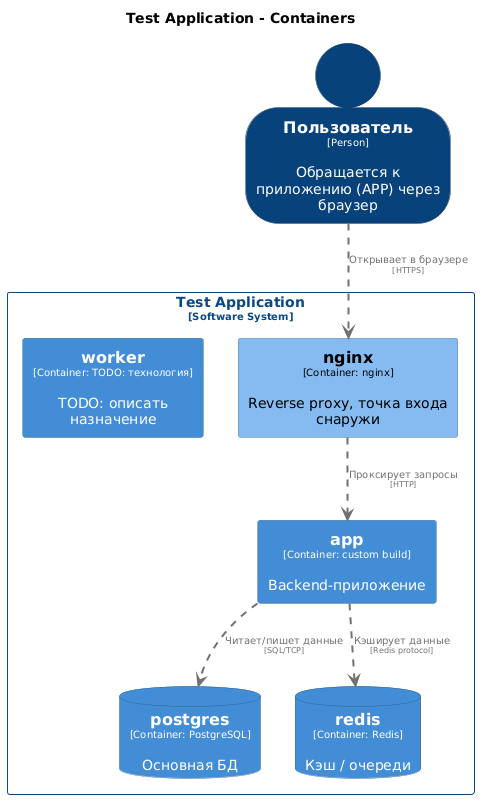
This is architecture/diagrams/structurizr-Containers.png from dmitryimalkov/cicd, a PlantUML export, as it was before one commit.
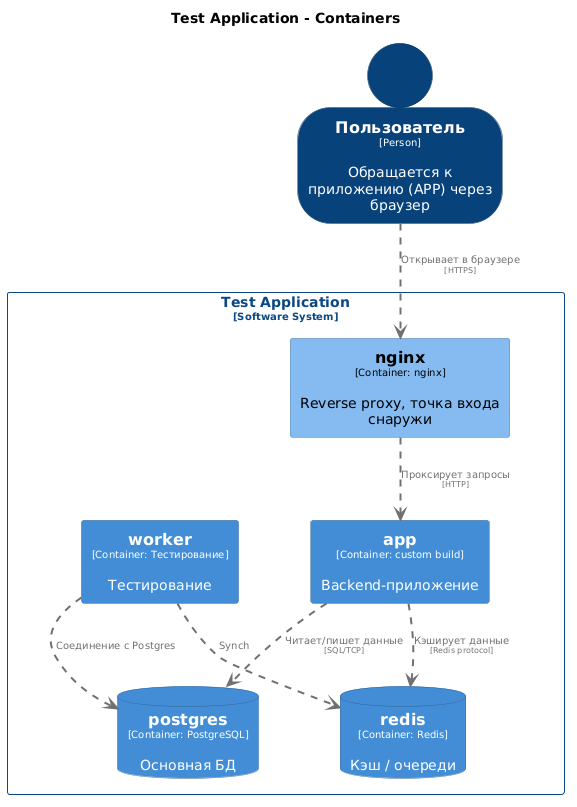
The same file after the commit.

Commit message:
docs: auto-sync architecture with docker-compose

What changed in the source:
```diff
@@ -58,7 +58,7 @@
 person "==Пользователь\n<size:10>[Person]</size>\n\nОбращается к приложению (APP) через браузер" <<Пользователь>> as Пользователь
 
 rectangle "Test Application\n<size:10>[Software System]</size>" <<TestApplication>> {
-  rectangle "==worker\n<size:10>[Container: TODO: технология]</size>\n\nTODO: описать назначение" <<TestApplication.worker>> as TestApplication.worker
+  rectangle "==worker\n<size:10>[Container: Тестирование]</size>\n\nТестирование" <<TestApplication.worker>> as TestApplication.worker
   rectangle "==nginx\n<size:10>[Container: nginx]</size>\n\nReverse proxy, точка входа снаружи" <<TestApplication.nginx>> as TestApplication.nginx
   rectangle "==app\n<size:10>[Container: custom build]</size>\n\nBackend-приложение" <<TestApplication.app>> as TestApplication.app
   database "==postgres\n<size:10>[Container: PostgreSQL]</size>\n\nОсновная БД" <<TestApplication.postgres>> as TestApplication.postgres
@@ -67,6 +67,8 @@
 
 TestApplication.app .[#707070,thickness=2].> TestApplication.postgres : "<color:#707070>Читает/пишет данные\n<color:#707070><size:8>[SQL/TCP]</size>"
 TestApplication.app .[#707070,thickness=2].> TestApplication.redis : "<color:#707070>Кэширует данные\n<color:#707070><size:8>[Redis protocol]</size>"
+TestApplication.worker .[#707070,thickness=2].> TestApplication.redis : "<color:#707070>Synch"
+TestApplication.worker .[#707070,thickness=2].> TestApplication.postgres : "<color:#707070>Соединение с Postgres"
 Пользователь .[#707070,thickness=2].> TestApplication.nginx : "<color:#707070>Открывает в браузере\n<color:#707070><size:8>[HTTPS]</size>"
 TestApplication.nginx .[#707070,thickness=2].> TestApplication.app : "<color:#707070>Проксирует запросы\n<color:#707070><size:8>[HTTP]</size>"
 @enduml
```
